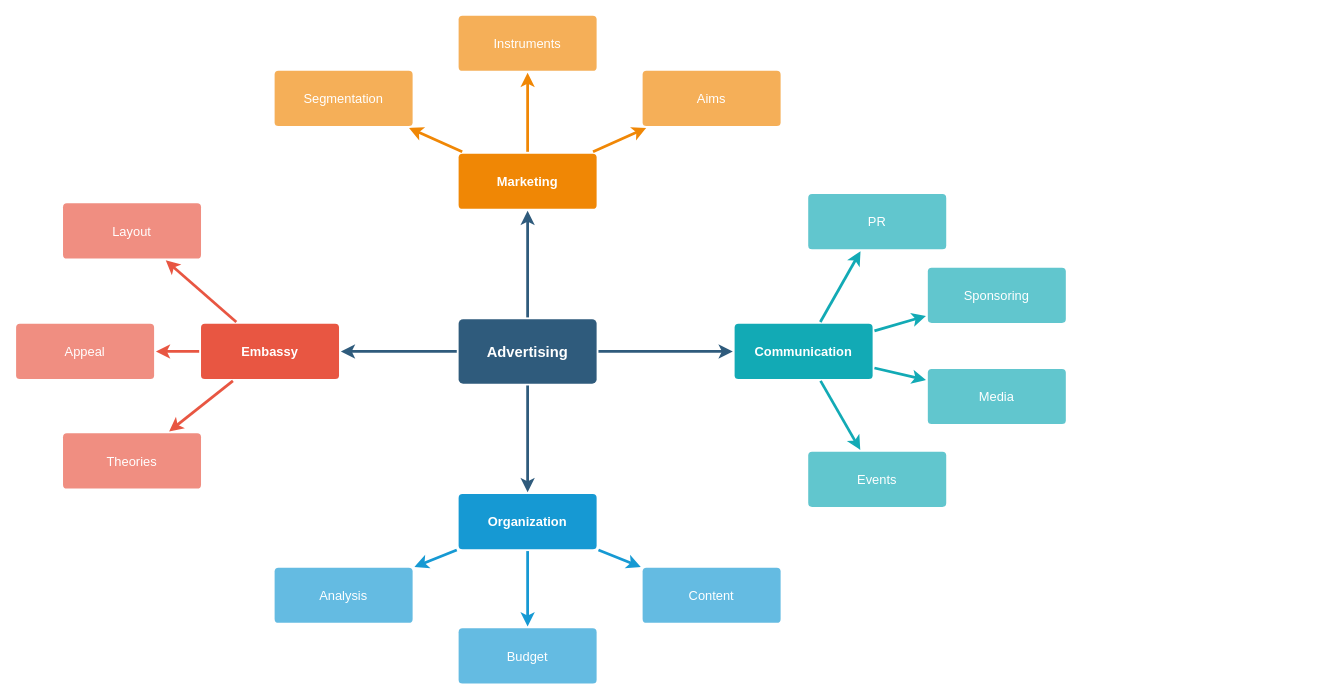
The draw.io diagram TechnologyArchitectMap.drawio in speedoholic/markdown-portfolio, before the edit. Source tidied: cells renumbered, new cells numbered last; positions are measured from the earlier drawing's top-left corner, leaving out a move shared by most shapes. Both pictures are drawn from the tidied source at 92%, with x=0, y=0 at pixel (16, 15).
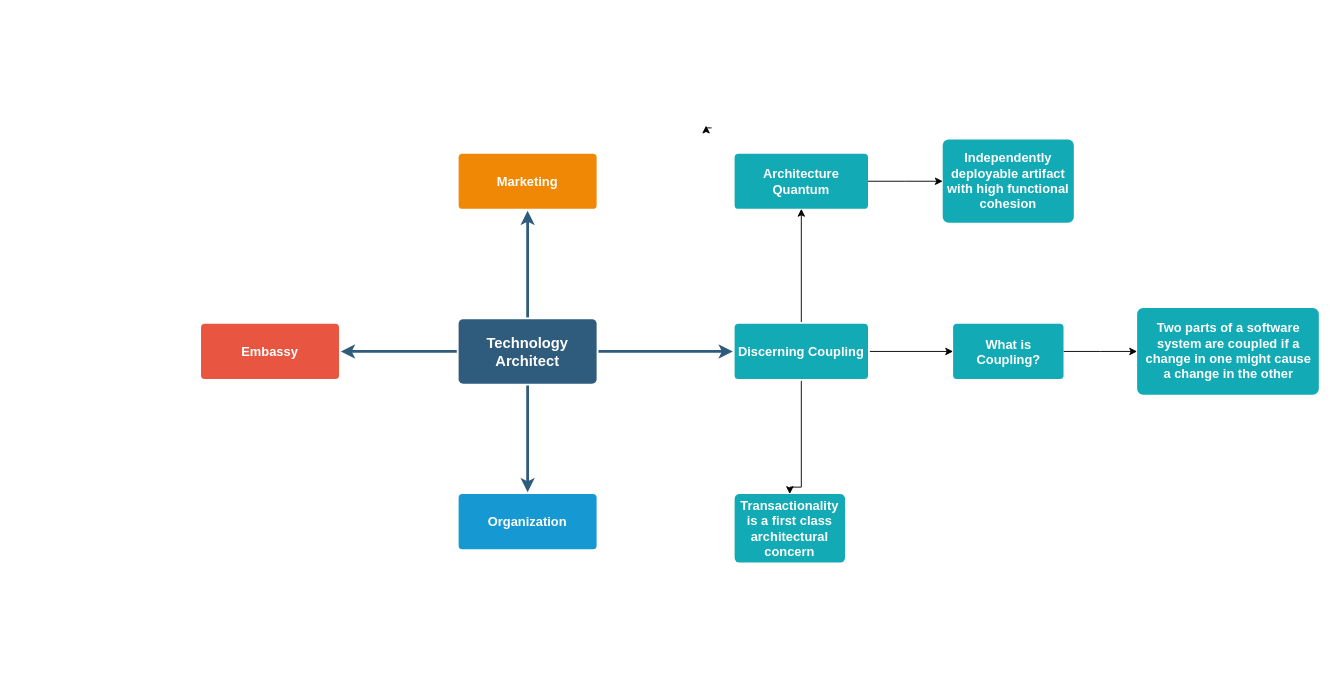
After the change.

The change refers to these unchanged cells:
```xml
<mxCell id="10" value="Embassy" style="rounded=1;whiteSpace=wrap;html=1;shadow=0;labelBackgroundColor=none;strokeColor=none;strokeWidth=3;fillColor=#e85642;fontFamily=Helvetica;fontSize=14;fontColor=#FFFFFF;align=center;spacing=5;fontStyle=1;arcSize=7;perimeterSpacing=2;" parent="1" vertex="1">
  <mxGeometry x="201" y="335.5" width="150" height="60" as="geometry" />
</mxCell>
<mxCell id="17" value="Organization" style="rounded=1;whiteSpace=wrap;html=1;shadow=0;labelBackgroundColor=none;strokeColor=none;strokeWidth=3;fillColor=#1699d3;fontFamily=Helvetica;fontSize=14;fontColor=#FFFFFF;align=center;spacing=5;fontStyle=1;arcSize=7;perimeterSpacing=2;" parent="1" vertex="1">
  <mxGeometry x="481" y="520.5" width="150" height="60" as="geometry" />
</mxCell>
<mxCell id="21" value="Marketing" style="rounded=1;whiteSpace=wrap;html=1;shadow=0;labelBackgroundColor=none;strokeColor=none;strokeWidth=3;fillColor=#F08705;fontFamily=Helvetica;fontSize=14;fontColor=#FFFFFF;align=center;spacing=5;fontStyle=1;arcSize=7;perimeterSpacing=2;" parent="1" vertex="1">
  <mxGeometry x="481" y="150.5" width="150" height="60" as="geometry" />
</mxCell>
```

What changed in the source:
```diff
@@
-    <mxCell id="6" value="Advertising" style="rounded=1;whiteSpace=wrap;html=1;shadow=0;labelBackgroundColor=none;strokeColor=none;strokeWidth=3;fillColor=#2F5B7C;fontFamily=Helvetica;fontSize=16;fontColor=#FFFFFF;align=center;fontStyle=1;spacing=5;arcSize=7;perimeterSpacing=2;" parent="1" vertex="1">
+    <mxCell id="6" value="Technology Architect" style="rounded=1;whiteSpace=wrap;html=1;shadow=0;labelBackgroundColor=none;strokeColor=none;strokeWidth=3;fillColor=#2F5B7C;fontFamily=Helvetica;fontSize=16;fontColor=#FFFFFF;align=center;fontStyle=1;spacing=5;arcSize=7;perimeterSpacing=2;" parent="1" vertex="1">
       <mxGeometry x="481" y="330.5" width="150" height="70" as="geometry" />
     </mxCell>
-    <mxCell id="7" style="edgeStyle=none;rounded=1;jumpStyle=none;html=1;shadow=0;labelBackgroundColor=none;startArrow=none;startFill=0;jettySize=auto;strokeColor=#E85642;strokeWidth=3;fontFamily=Helvetica;fontSize=14;fontColor=#FFFFFF;spacing=5;fontStyle=1;fillColor=#b0e3e6;" parent="1" edge="1" source="10" target="13">
-      <mxGeometry relative="1" as="geometry" />
-    </mxCell>
-    <mxCell id="8" style="edgeStyle=none;rounded=1;jumpStyle=none;html=1;shadow=0;labelBackgroundColor=none;startArrow=none;startFill=0;jettySize=auto;strokeColor=#E85642;strokeWidth=3;fontFamily=Helvetica;fontSize=14;fontColor=#FFFFFF;spacing=5;fontStyle=1;fillColor=#b0e3e6;" parent="1" edge="1" source="10" target="12">
-      <mxGeometry relative="1" as="geometry" />
-    </mxCell>
-    <mxCell id="9" style="edgeStyle=none;rounded=1;jumpStyle=none;html=1;shadow=0;labelBackgroundColor=none;startArrow=none;startFill=0;jettySize=auto;strokeColor=#E85642;strokeWidth=3;fontFamily=Helvetica;fontSize=14;fontColor=#FFFFFF;spacing=5;fontStyle=1;fillColor=#b0e3e6;" parent="1" edge="1" source="10" target="11">
-      <mxGeometry relative="1" as="geometry" />
-    </mxCell>
@@
-    <mxCell id="11" value="Theories" style="rounded=1;whiteSpace=wrap;html=1;shadow=0;labelBackgroundColor=none;strokeColor=none;strokeWidth=3;fillColor=#f08e81;fontFamily=Helvetica;fontSize=14;fontColor=#FFFFFF;align=center;spacing=5;fontStyle=0;arcSize=7;perimeterSpacing=2;" parent="1" vertex="1">
-      <mxGeometry x="51" y="454.5" width="150" height="60" as="geometry" />
-    </mxCell>
-    <mxCell id="12" value="Appeal" style="rounded=1;whiteSpace=wrap;html=1;shadow=0;labelBackgroundColor=none;strokeColor=none;strokeWidth=3;fillColor=#f08e81;fontFamily=Helvetica;fontSize=14;fontColor=#FFFFFF;align=center;spacing=5;fontStyle=0;arcSize=7;perimeterSpacing=2;" parent="1" vertex="1">
-      <mxGeometry y="335.5" width="150" height="60" as="geometry" />
-    </mxCell>
-    <mxCell id="13" value="Layout" style="rounded=1;whiteSpace=wrap;html=1;shadow=0;labelBackgroundColor=none;strokeColor=none;strokeWidth=3;fillColor=#f08e81;fontFamily=Helvetica;fontSize=14;fontColor=#FFFFFF;align=center;spacing=5;fontStyle=0;arcSize=7;perimeterSpacing=2;" parent="1" vertex="1">
-      <mxGeometry x="51" y="204.5" width="150" height="60" as="geometry" />
-    </mxCell>
-    <mxCell id="14" style="edgeStyle=none;rounded=0;jumpStyle=none;html=1;shadow=0;labelBackgroundColor=none;startArrow=none;startFill=0;endArrow=classic;endFill=1;jettySize=auto;strokeColor=#1699D3;strokeWidth=3;fontFamily=Helvetica;fontSize=14;fontColor=#FFFFFF;spacing=5;" parent="1" edge="1" source="17" target="20">
-      <mxGeometry relative="1" as="geometry" />
-    </mxCell>
-    <mxCell id="15" style="edgeStyle=none;rounded=0;jumpStyle=none;html=1;shadow=0;labelBackgroundColor=none;startArrow=none;startFill=0;endArrow=classic;endFill=1;jettySize=auto;strokeColor=#1699D3;strokeWidth=3;fontFamily=Helvetica;fontSize=14;fontColor=#FFFFFF;spacing=5;" parent="1" edge="1" source="17" target="19">
-      <mxGeometry relative="1" as="geometry" />
-    </mxCell>
-    <mxCell id="16" style="edgeStyle=none;rounded=0;jumpStyle=none;html=1;shadow=0;labelBackgroundColor=none;startArrow=none;startFill=0;endArrow=classic;endFill=1;jettySize=auto;strokeColor=#1699D3;strokeWidth=3;fontFamily=Helvetica;fontSize=14;fontColor=#FFFFFF;spacing=5;" parent="1" edge="1" source="17" target="18">
-      <mxGeometry relative="1" as="geometry" />
-    </mxCell>
@@
-    <mxCell id="18" value="Content" style="rounded=1;whiteSpace=wrap;html=1;shadow=0;labelBackgroundColor=none;strokeColor=none;strokeWidth=3;fillColor=#64bbe2;fontFamily=Helvetica;fontSize=14;fontColor=#FFFFFF;align=center;spacing=5;arcSize=7;perimeterSpacing=2;" parent="1" vertex="1">
-      <mxGeometry x="681" y="600.5" width="150" height="60" as="geometry" />
-    </mxCell>
-    <mxCell id="19" value="Budget" style="rounded=1;whiteSpace=wrap;html=1;shadow=0;labelBackgroundColor=none;strokeColor=none;strokeWidth=3;fillColor=#64bbe2;fontFamily=Helvetica;fontSize=14;fontColor=#FFFFFF;align=center;spacing=5;arcSize=7;perimeterSpacing=2;" parent="1" vertex="1">
-      <mxGeometry x="481" y="666.5" width="150" height="60" as="geometry" />
-    </mxCell>
-    <mxCell id="20" value="Analysis" style="rounded=1;whiteSpace=wrap;html=1;shadow=0;labelBackgroundColor=none;strokeColor=none;strokeWidth=3;fillColor=#64bbe2;fontFamily=Helvetica;fontSize=14;fontColor=#FFFFFF;align=center;spacing=5;arcSize=7;perimeterSpacing=2;" parent="1" vertex="1">
-      <mxGeometry x="281" y="600.5" width="150" height="60" as="geometry" />
-    </mxCell>
@@
-    <mxCell id="22" value="Aims&lt;br&gt;" style="rounded=1;whiteSpace=wrap;html=1;shadow=0;labelBackgroundColor=none;strokeColor=none;strokeWidth=3;fillColor=#f5af58;fontFamily=Helvetica;fontSize=14;fontColor=#FFFFFF;align=center;spacing=5;arcSize=7;perimeterSpacing=2;" parent="1" vertex="1">
-      <mxGeometry x="681" y="60.5" width="150" height="60" as="geometry" />
-    </mxCell>
-    <mxCell id="23" style="edgeStyle=none;rounded=0;jumpStyle=none;html=1;shadow=0;labelBackgroundColor=none;startArrow=none;startFill=0;endArrow=classic;endFill=1;jettySize=auto;strokeColor=#F08705;strokeWidth=3;fontFamily=Helvetica;fontSize=14;fontColor=#FFFFFF;spacing=5;" parent="1" edge="1" source="21" target="22">
-      <mxGeometry relative="1" as="geometry" />
-    </mxCell>
-    <mxCell id="24" value="Instruments" style="rounded=1;whiteSpace=wrap;html=1;shadow=0;labelBackgroundColor=none;strokeColor=none;strokeWidth=3;fillColor=#f5af58;fontFamily=Helvetica;fontSize=14;fontColor=#FFFFFF;align=center;spacing=5;arcSize=7;perimeterSpacing=2;" parent="1" vertex="1">
-      <mxGeometry x="481" y="0.5" width="150" height="60" as="geometry" />
-    </mxCell>
-    <mxCell id="25" style="edgeStyle=none;rounded=0;jumpStyle=none;html=1;shadow=0;labelBackgroundColor=none;startArrow=none;startFill=0;endArrow=classic;endFill=1;jettySize=auto;strokeColor=#F08705;strokeWidth=3;fontFamily=Helvetica;fontSize=14;fontColor=#FFFFFF;spacing=5;" parent="1" edge="1" source="21" target="24">
-      <mxGeometry relative="1" as="geometry" />
-    </mxCell>
-    <mxCell id="26" value="Segmentation" style="rounded=1;whiteSpace=wrap;html=1;shadow=0;labelBackgroundColor=none;strokeColor=none;strokeWidth=3;fillColor=#f5af58;fontFamily=Helvetica;fontSize=14;fontColor=#FFFFFF;align=center;spacing=5;arcSize=7;perimeterSpacing=2;" parent="1" vertex="1">
-      <mxGeometry x="281" y="60.5" width="150" height="60" as="geometry" />
-    </mxCell>
-    <mxCell id="27" style="edgeStyle=none;rounded=0;jumpStyle=none;html=1;shadow=0;labelBackgroundColor=none;startArrow=none;startFill=0;endArrow=classic;endFill=1;jettySize=auto;strokeColor=#F08705;strokeWidth=3;fontFamily=Helvetica;fontSize=14;fontColor=#FFFFFF;spacing=5;" parent="1" edge="1" source="21" target="26">
-      <mxGeometry relative="1" as="geometry" />
-    </mxCell>
+    <mxCell id="37" style="edgeStyle=orthogonalEdgeStyle;rounded=0;jettySize=auto;html=1;" parent="1" edge="1" source="28" target="42">
+      <mxGeometry relative="1" as="geometry" />
+    </mxCell>
+    <mxCell id="38" style="edgeStyle=orthogonalEdgeStyle;rounded=0;jettySize=auto;html=1;" parent="1" edge="1" source="28" target="46">
+      <mxGeometry relative="1" as="geometry" />
+    </mxCell>
-    <mxCell id="28" value="Communication" style="rounded=1;whiteSpace=wrap;html=1;shadow=0;labelBackgroundColor=none;strokeColor=none;strokeWidth=3;fillColor=#12aab5;fontFamily=Helvetica;fontSize=14;fontColor=#FFFFFF;align=center;spacing=5;fontStyle=1;arcSize=7;perimeterSpacing=2;" parent="1" vertex="1">
-      <mxGeometry x="781" y="335.5" width="150" height="60" as="geometry" />
+    <mxCell id="28" value="Discerning Coupling" style="rounded=1;whiteSpace=wrap;html=1;shadow=0;labelBackgroundColor=none;strokeColor=none;strokeWidth=3;fillColor=#12aab5;fontFamily=Helvetica;fontSize=14;fontColor=#FFFFFF;align=center;spacing=5;fontStyle=1;arcSize=7;perimeterSpacing=2;" parent="1" vertex="1">
+      <mxGeometry x="781" y="335.5" width="145" height="60" as="geometry" />
     </mxCell>
-    <mxCell id="29" value="Events" style="rounded=1;whiteSpace=wrap;html=1;shadow=0;labelBackgroundColor=none;strokeColor=none;strokeWidth=3;fillColor=#61c6ce;fontFamily=Helvetica;fontSize=14;fontColor=#FFFFFF;align=center;spacing=5;fontStyle=0;arcSize=7;perimeterSpacing=2;" parent="1" vertex="1">
-      <mxGeometry x="861" y="474.5" width="150" height="60" as="geometry" />
-    </mxCell>
-    <mxCell id="30" style="edgeStyle=none;rounded=1;jumpStyle=none;html=1;shadow=0;labelBackgroundColor=none;startArrow=none;startFill=0;jettySize=auto;strokeColor=#12AAB5;strokeWidth=3;fontFamily=Helvetica;fontSize=14;fontColor=#FFFFFF;spacing=5;fontStyle=1;fillColor=#b0e3e6;" parent="1" edge="1" source="28" target="29">
-      <mxGeometry relative="1" as="geometry" />
-    </mxCell>
-    <mxCell id="31" value="Media" style="rounded=1;whiteSpace=wrap;html=1;shadow=0;labelBackgroundColor=none;strokeColor=none;strokeWidth=3;fillColor=#61c6ce;fontFamily=Helvetica;fontSize=14;fontColor=#FFFFFF;align=center;spacing=5;fontStyle=0;arcSize=7;perimeterSpacing=2;" parent="1" vertex="1">
-      <mxGeometry x="991" y="384.5" width="150" height="60" as="geometry" />
-    </mxCell>
-    <mxCell id="32" style="edgeStyle=none;rounded=1;jumpStyle=none;html=1;shadow=0;labelBackgroundColor=none;startArrow=none;startFill=0;jettySize=auto;strokeColor=#12AAB5;strokeWidth=3;fontFamily=Helvetica;fontSize=14;fontColor=#FFFFFF;spacing=5;fontStyle=1;fillColor=#b0e3e6;" parent="1" edge="1" source="28" target="31">
-      <mxGeometry relative="1" as="geometry" />
-    </mxCell>
-    <mxCell id="33" value="Sponsoring" style="rounded=1;whiteSpace=wrap;html=1;shadow=0;labelBackgroundColor=none;strokeColor=none;strokeWidth=3;fillColor=#61c6ce;fontFamily=Helvetica;fontSize=14;fontColor=#FFFFFF;align=center;spacing=5;fontStyle=0;arcSize=7;perimeterSpacing=2;" parent="1" vertex="1">
-      <mxGeometry x="991" y="274.5" width="150" height="60" as="geometry" />
-    </mxCell>
-    <mxCell id="34" style="edgeStyle=none;rounded=1;jumpStyle=none;html=1;shadow=0;labelBackgroundColor=none;startArrow=none;startFill=0;jettySize=auto;strokeColor=#12AAB5;strokeWidth=3;fontFamily=Helvetica;fontSize=14;fontColor=#FFFFFF;spacing=5;fontStyle=1;fillColor=#b0e3e6;" parent="1" edge="1" source="28" target="33">
-      <mxGeometry relative="1" as="geometry" />
-    </mxCell>
-    <mxCell id="35" value="PR" style="rounded=1;whiteSpace=wrap;html=1;shadow=0;labelBackgroundColor=none;strokeColor=none;strokeWidth=3;fillColor=#61c6ce;fontFamily=Helvetica;fontSize=14;fontColor=#FFFFFF;align=center;spacing=5;fontStyle=0;arcSize=7;perimeterSpacing=2;" parent="1" vertex="1">
-      <mxGeometry x="861" y="194.5" width="150" height="60" as="geometry" />
-    </mxCell>
-    <mxCell id="36" style="edgeStyle=none;rounded=1;jumpStyle=none;html=1;shadow=0;labelBackgroundColor=none;startArrow=none;startFill=0;jettySize=auto;strokeColor=#12AAB5;strokeWidth=3;fontFamily=Helvetica;fontSize=14;fontColor=#FFFFFF;spacing=5;fontStyle=1;fillColor=#b0e3e6;" parent="1" edge="1" source="28" target="35">
-      <mxGeometry relative="1" as="geometry" />
-    </mxCell>
+    <mxCell id="39" style="edgeStyle=orthogonalEdgeStyle;rounded=0;orthogonalLoop=1;jettySize=auto;html=1;exitX=0.5;exitY=1;exitDx=0;exitDy=0;entryX=0.461;entryY=0.961;entryDx=0;entryDy=0;entryPerimeter=0;" parent="1" edge="1">
+      <mxGeometry relative="1" as="geometry">
+        <mxPoint x="756" y="122.5" as="sourcePoint" />
+        <mxPoint x="750" y="120" as="targetPoint" />
+      </mxGeometry>
+    </mxCell>
+    <mxCell id="40" style="edgeStyle=orthogonalEdgeStyle;rounded=0;jettySize=auto;html=1;" parent="1" edge="1" source="42" target="43">
+      <mxGeometry relative="1" as="geometry" />
+    </mxCell>
+    <mxCell id="41" style="edgeStyle=orthogonalEdgeStyle;rounded=0;jettySize=auto;html=1;exitX=0.5;exitY=1;exitDx=0;exitDy=0;" parent="1" edge="1" source="28" target="44">
+      <mxGeometry relative="1" as="geometry">
+        <Array as="points">
+          <mxPoint x="854" y="513" />
+        </Array>
+      </mxGeometry>
+    </mxCell>
+    <mxCell id="42" value="What is Coupling?" style="whiteSpace=wrap;html=1;fontSize=14;fillColor=#12aab5;strokeColor=none;fontColor=#FFFFFF;rounded=1;shadow=0;labelBackgroundColor=none;strokeWidth=3;spacing=5;fontStyle=1;arcSize=7;" parent="1" vertex="1">
+      <mxGeometry x="1018.5" y="335.5" width="120" height="60" as="geometry" />
+    </mxCell>
+    <mxCell id="43" value="Two parts of a software system are coupled if a change in one might cause a change in the other" style="whiteSpace=wrap;html=1;fontSize=14;fillColor=#12aab5;strokeColor=none;fontColor=#FFFFFF;rounded=1;shadow=0;labelBackgroundColor=none;strokeWidth=3;spacing=5;fontStyle=1;arcSize=7;" parent="1" vertex="1">
+      <mxGeometry x="1218.5" y="318.2" width="197.5" height="94.5" as="geometry" />
+    </mxCell>
+    <mxCell id="44" value="Transactionality is a first class architectural concern" style="whiteSpace=wrap;html=1;fontSize=14;fillColor=#12aab5;strokeColor=none;fontColor=#FFFFFF;rounded=1;shadow=0;labelBackgroundColor=none;strokeWidth=3;spacing=5;fontStyle=1;arcSize=7;" parent="1" vertex="1">
+      <mxGeometry x="781" y="520.5" width="120" height="74.5" as="geometry" />
+    </mxCell>
+    <mxCell id="45" style="edgeStyle=orthogonalEdgeStyle;rounded=0;jettySize=auto;html=1;" parent="1" edge="1" source="46" target="47">
+      <mxGeometry relative="1" as="geometry" />
+    </mxCell>
+    <mxCell id="46" value="Architecture Quantum" style="whiteSpace=wrap;html=1;fontSize=14;fillColor=#12aab5;strokeColor=none;fontColor=#FFFFFF;rounded=1;shadow=0;labelBackgroundColor=none;strokeWidth=3;spacing=5;fontStyle=1;arcSize=7;" parent="1" vertex="1">
+      <mxGeometry x="781" y="150.5" width="145" height="60" as="geometry" />
+    </mxCell>
+    <mxCell id="47" value="Independently deployable artifact with high functional cohesion" style="whiteSpace=wrap;html=1;fontSize=14;fillColor=#12aab5;strokeColor=none;fontColor=#FFFFFF;rounded=1;shadow=0;labelBackgroundColor=none;strokeWidth=3;spacing=5;fontStyle=1;arcSize=7;" parent="1" vertex="1">
+      <mxGeometry x="1007.2" y="135.2" width="142.5" height="90.5" as="geometry" />
+    </mxCell>
```
